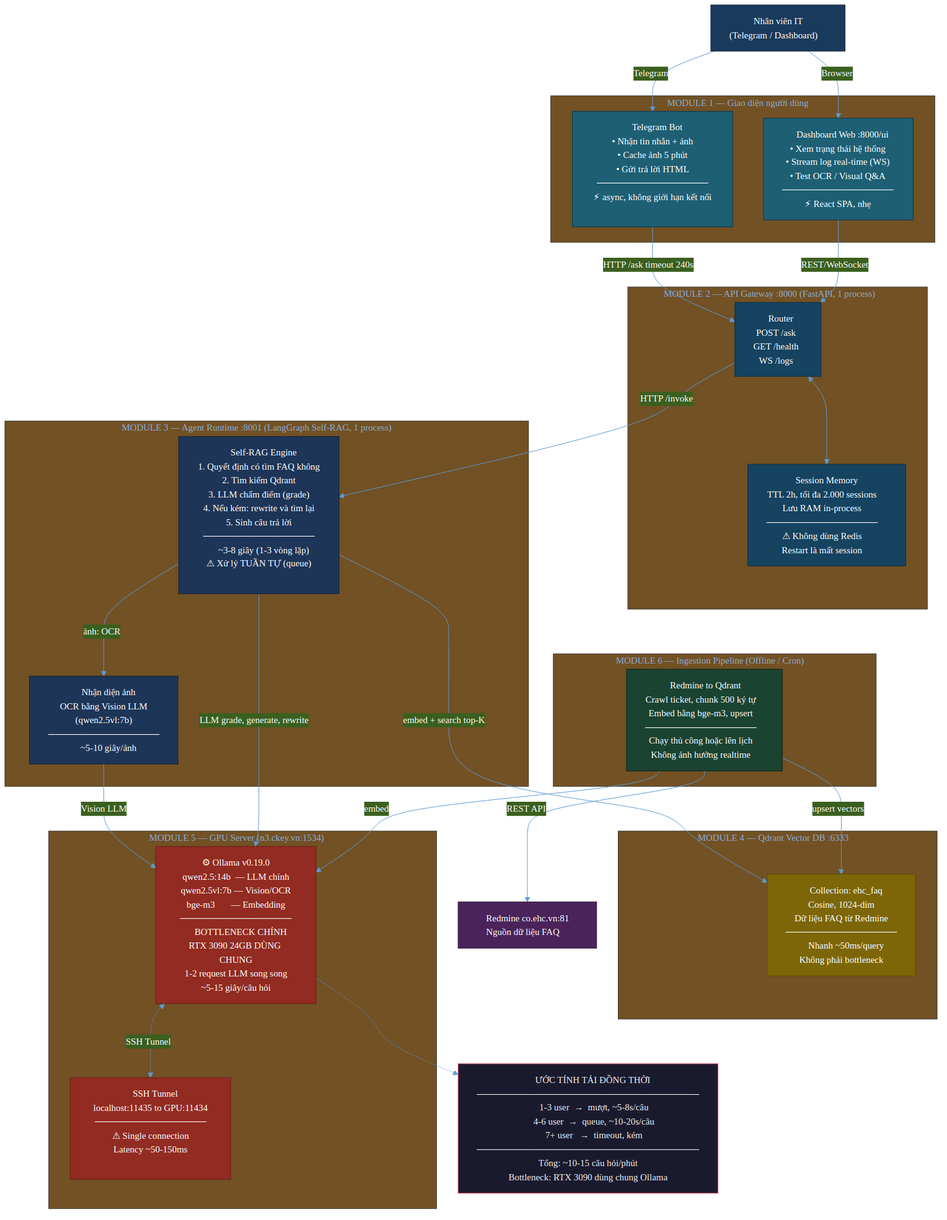
Above: docs/modules.png in phungkien402/ehc_ai_mvp (Mermaid), before the change. Its source is kept beside it as docs/modules.mmd.
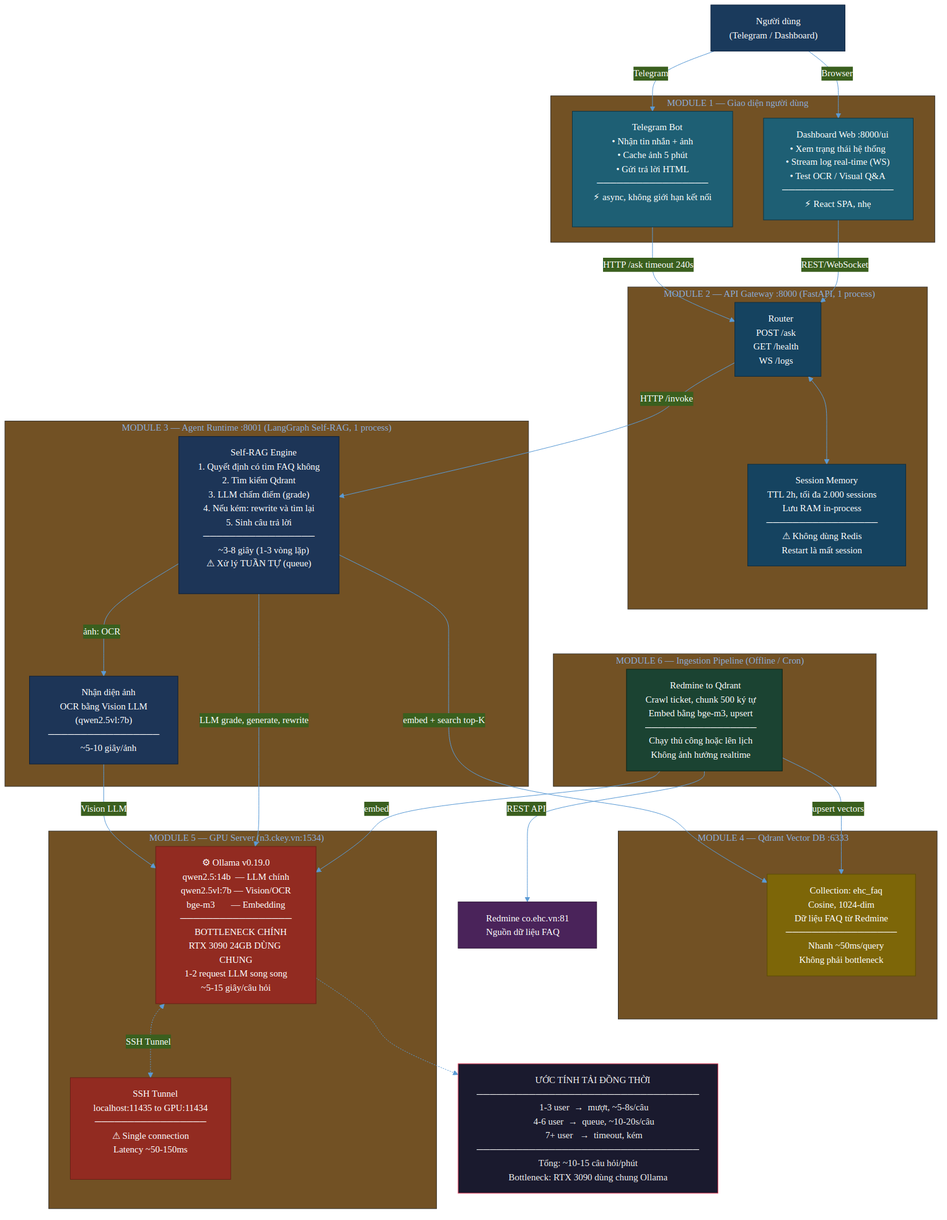
The same file after the commit.

The edit, as a diff of the source:
```diff
@@ -1,7 +1,7 @@
 %%{init: {'theme': 'base', 'themeVariables': {'primaryColor': '#1e3a5f', 'primaryTextColor': '#ffffff', 'primaryBorderColor': '#0a1f3a', 'lineColor': '#5b9bd5', 'fontFamily': 'Segoe UI, Arial, sans-serif', 'fontSize': '15px'}}}%%
 flowchart TD
 
-    USER["👤 Nhân viên IT\n(Telegram / Dashboard)"]
+    USER["👤 Người dùng \n(Telegram / Dashboard)"]
 
     subgraph CLIENT["MODULE 1 — Giao diện người dùng"]
         direction LR
```
